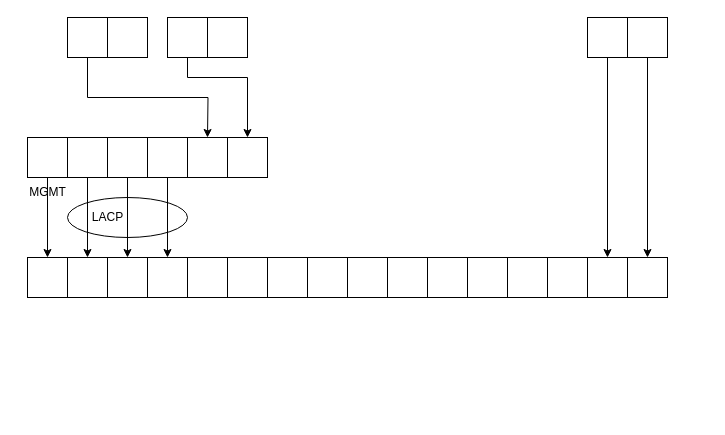
hirofumihida/drowio-home keeps this draw.io diagram as Untitled Diagram.drawio. Above is the earlier version. Source tidied: cells renumbered, new cells numbered last; positions are measured from the earlier drawing's top-left corner, leaving out a move shared by most shapes. Both pictures are drawn from the tidied source at 100%, with x=0, y=0 at pixel (17, 17).
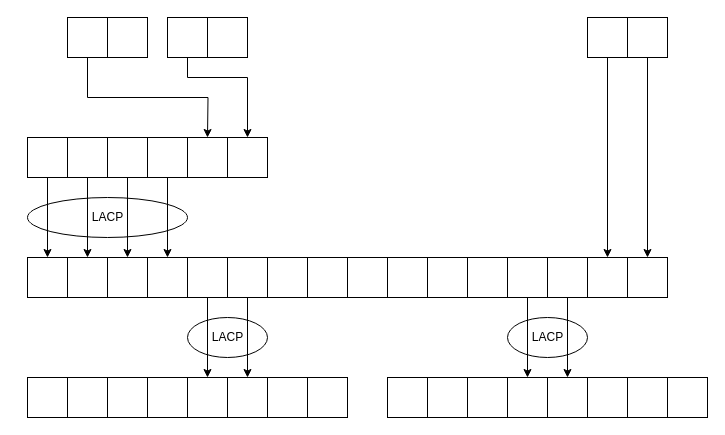
After the change.

The change refers to these unchanged cells:
```xml
<mxCell id="7" style="whiteSpace=wrap;html=1;flipH=0;flipV=0;" parent="4" vertex="1">
  <mxGeometry x="200" width="40" height="40" as="geometry" />
</mxCell>
<mxCell id="8" style="whiteSpace=wrap;html=1;flipH=0;flipV=0;" parent="4" vertex="1">
  <mxGeometry x="160" width="40" height="40" as="geometry" />
</mxCell>
<mxCell id="16" style="whiteSpace=wrap;html=1;flipH=0;flipV=0;" parent="13" vertex="1">
  <mxGeometry x="200" width="40" height="40" as="geometry" />
</mxCell>
<mxCell id="17" style="whiteSpace=wrap;html=1;flipH=0;flipV=0;" parent="13" vertex="1">
  <mxGeometry x="160" width="40" height="40" as="geometry" />
</mxCell>
```

What changed in the source:
```diff
@@
+    <mxCell id="47" style="group;" parent="1" vertex="1">
+      <mxGeometry x="10" y="180" width="160" height="40" as="geometry" />
+    </mxCell>
-    <mxCell id="2" style="ellipse;whiteSpace=wrap;html=1;" parent="1" vertex="1">
-      <mxGeometry x="50" y="180" width="120" height="40" as="geometry" />
+    <mxCell id="2" style="ellipse;whiteSpace=wrap;html=1;" parent="47" vertex="1">
+      <mxGeometry width="160" height="40" as="geometry" />
     </mxCell>
+    <mxCell id="46" value="LACP" style="text;html=1;align=center;verticalAlign=middle;strokeColor=none;fillColor=none;" parent="47" vertex="1">
+      <mxGeometry x="55" y="5" width="50" height="30" as="geometry" />
+    </mxCell>
+    <mxCell id="48" style="group;" parent="1" vertex="1">
+      <mxGeometry x="170" y="300" width="80" height="40" as="geometry" />
+    </mxCell>
+    <mxCell id="49" style="ellipse;whiteSpace=wrap;html=1;" parent="48" vertex="1">
+      <mxGeometry width="80" height="40" as="geometry" />
+    </mxCell>
+    <mxCell id="50" value="LACP" style="text;html=1;align=center;verticalAlign=middle;strokeColor=none;fillColor=none;" parent="48" vertex="1">
+      <mxGeometry x="15" y="5" width="50" height="30" as="geometry" />
+    </mxCell>
+    <mxCell id="51" style="group;" parent="1" vertex="1">
+      <mxGeometry x="490" y="300" width="80" height="40" as="geometry" />
+    </mxCell>
+    <mxCell id="52" style="ellipse;whiteSpace=wrap;html=1;" parent="51" vertex="1">
+      <mxGeometry width="80" height="40" as="geometry" />
+    </mxCell>
+    <mxCell id="53" value="LACP" style="text;html=1;align=center;verticalAlign=middle;strokeColor=none;fillColor=none;" parent="51" vertex="1">
+      <mxGeometry x="15" y="5" width="50" height="30" as="geometry" />
+    </mxCell>
@@
-    <mxCell id="45" value="MGMT" style="text;html=1;align=center;verticalAlign=middle;strokeColor=none;fillColor=none;" parent="1" vertex="1">
-      <mxGeometry y="160" width="60" height="30" as="geometry" />
-    </mxCell>
-    <mxCell id="46" value="LACP" style="text;html=1;align=center;verticalAlign=middle;strokeColor=none;fillColor=none;" parent="1" vertex="1">
-      <mxGeometry x="65" y="185" width="50" height="30" as="geometry" />
-    </mxCell>
+    <mxCell id="54" style="group;" parent="1" vertex="1">
+      <mxGeometry x="10" y="360" width="320" height="40" as="geometry" />
+    </mxCell>
+    <mxCell id="55" style="whiteSpace=wrap;html=1;flipH=0;flipV=0;" parent="54" vertex="1">
+      <mxGeometry x="280" width="40" height="40" as="geometry" />
+    </mxCell>
+    <mxCell id="56" style="whiteSpace=wrap;html=1;flipH=0;flipV=0;" parent="54" vertex="1">
+      <mxGeometry x="240" width="40" height="40" as="geometry" />
+    </mxCell>
+    <mxCell id="57" style="whiteSpace=wrap;html=1;flipH=0;flipV=0;" parent="54" vertex="1">
+      <mxGeometry x="200" width="40" height="40" as="geometry" />
+    </mxCell>
+    <mxCell id="58" style="whiteSpace=wrap;html=1;flipH=0;flipV=0;" parent="54" vertex="1">
+      <mxGeometry x="160" width="40" height="40" as="geometry" />
+    </mxCell>
+    <mxCell id="59" style="whiteSpace=wrap;html=1;flipH=0;flipV=0;" parent="54" vertex="1">
+      <mxGeometry x="120" width="40" height="40" as="geometry" />
+    </mxCell>
+    <mxCell id="60" style="whiteSpace=wrap;html=1;flipH=0;flipV=0;" parent="54" vertex="1">
+      <mxGeometry x="80" width="40" height="40" as="geometry" />
+    </mxCell>
+    <mxCell id="61" style="whiteSpace=wrap;html=1;flipH=0;flipV=0;" parent="54" vertex="1">
+      <mxGeometry width="40" height="40" as="geometry" />
+    </mxCell>
+    <mxCell id="62" style="whiteSpace=wrap;html=1;flipH=0;flipV=0;" parent="54" vertex="1">
+      <mxGeometry x="40" width="40" height="40" as="geometry" />
+    </mxCell>
+    <mxCell id="63" style="group;" parent="1" vertex="1">
+      <mxGeometry x="370" y="360" width="320" height="40" as="geometry" />
+    </mxCell>
+    <mxCell id="64" style="whiteSpace=wrap;html=1;flipH=0;flipV=0;" parent="63" vertex="1">
+      <mxGeometry x="280" width="40" height="40" as="geometry" />
+    </mxCell>
+    <mxCell id="65" style="whiteSpace=wrap;html=1;flipH=0;flipV=0;" parent="63" vertex="1">
+      <mxGeometry x="240" width="40" height="40" as="geometry" />
+    </mxCell>
+    <mxCell id="66" style="whiteSpace=wrap;html=1;flipH=0;flipV=0;" parent="63" vertex="1">
+      <mxGeometry x="200" width="40" height="40" as="geometry" />
+    </mxCell>
+    <mxCell id="67" style="whiteSpace=wrap;html=1;flipH=0;flipV=0;" parent="63" vertex="1">
+      <mxGeometry x="160" width="40" height="40" as="geometry" />
+    </mxCell>
+    <mxCell id="68" style="whiteSpace=wrap;html=1;flipH=0;flipV=0;" parent="63" vertex="1">
+      <mxGeometry x="120" width="40" height="40" as="geometry" />
+    </mxCell>
+    <mxCell id="69" style="whiteSpace=wrap;html=1;flipH=0;flipV=0;" parent="63" vertex="1">
+      <mxGeometry x="80" width="40" height="40" as="geometry" />
+    </mxCell>
+    <mxCell id="70" style="whiteSpace=wrap;html=1;flipH=0;flipV=0;" parent="63" vertex="1">
+      <mxGeometry width="40" height="40" as="geometry" />
+    </mxCell>
+    <mxCell id="71" style="whiteSpace=wrap;html=1;flipH=0;flipV=0;" parent="63" vertex="1">
+      <mxGeometry x="40" width="40" height="40" as="geometry" />
+    </mxCell>
+    <mxCell id="72" style="edgeStyle=orthogonalEdgeStyle;rounded=0;jettySize=auto;html=1;exitX=0.5;exitY=1;exitDx=0;exitDy=0;entryX=0.5;entryY=0;entryDx=0;entryDy=0;" parent="1" edge="1" source="8" target="58">
+      <mxGeometry relative="1" as="geometry" />
+    </mxCell>
+    <mxCell id="73" style="edgeStyle=orthogonalEdgeStyle;rounded=0;jettySize=auto;html=1;exitX=0.5;exitY=1;exitDx=0;exitDy=0;entryX=0.5;entryY=0;entryDx=0;entryDy=0;" parent="1" edge="1" source="7" target="57">
+      <mxGeometry relative="1" as="geometry" />
+    </mxCell>
+    <mxCell id="74" style="edgeStyle=orthogonalEdgeStyle;rounded=0;jettySize=auto;html=1;exitX=0.5;exitY=1;exitDx=0;exitDy=0;entryX=0.5;entryY=0;entryDx=0;entryDy=0;" parent="1" edge="1" source="17" target="68">
+      <mxGeometry relative="1" as="geometry" />
+    </mxCell>
+    <mxCell id="75" style="edgeStyle=orthogonalEdgeStyle;rounded=0;jettySize=auto;html=1;exitX=0.5;exitY=1;exitDx=0;exitDy=0;entryX=0.5;entryY=0;entryDx=0;entryDy=0;" parent="1" edge="1" source="16" target="67">
+      <mxGeometry relative="1" as="geometry" />
+    </mxCell>
```
